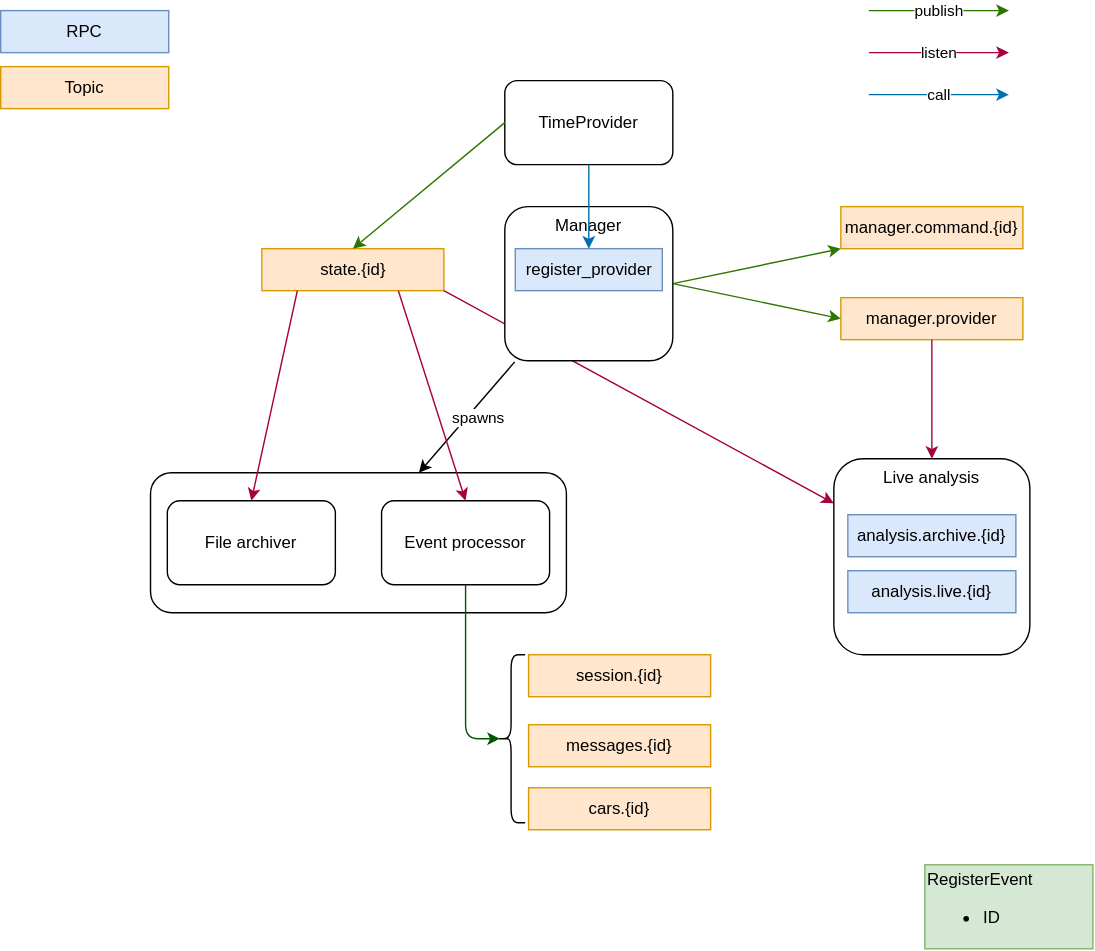
The draw.io diagram doc/flow.drawio.svg in mpapenbr/iracelog-service-legacy, before a commit. Source tidied: cells renumbered, new cells last; positions are measured from the earlier drawing's top-left corner, leaving out a move shared by most shapes.
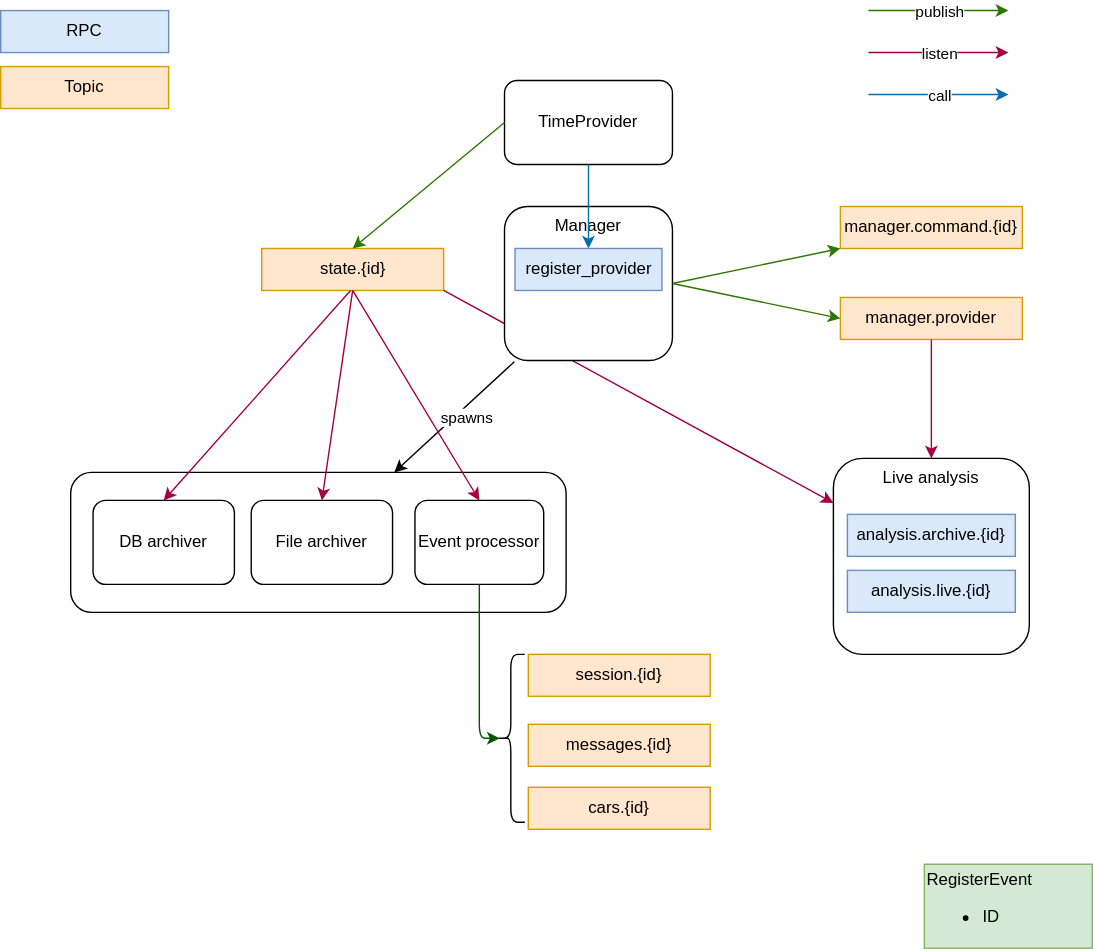
After the commit.

Change to the diagram source:
```diff
@@ -2,6 +2,21 @@
   <root>
     <mxCell id="0" />
     <mxCell id="1" parent="0" />
+    <mxCell id="41" style="group;" parent="1" vertex="1">
+      <mxGeometry x="50" y="330" width="354" height="100" as="geometry" />
+    </mxCell>
+    <mxCell id="31" style="rounded=1;whiteSpace=wrap;html=1;" parent="41" vertex="1">
+      <mxGeometry width="354" height="100" as="geometry" />
+    </mxCell>
+    <mxCell id="32" value="File archiver" style="rounded=1;whiteSpace=wrap;html=1;" parent="41" vertex="1">
+      <mxGeometry x="129" y="20" width="101" height="60" as="geometry" />
+    </mxCell>
+    <mxCell id="33" value="Event processor" style="rounded=1;whiteSpace=wrap;html=1;" parent="41" vertex="1">
+      <mxGeometry x="246" y="20" width="92" height="60" as="geometry" />
+    </mxCell>
+    <mxCell id="42" value="DB archiver" style="rounded=1;whiteSpace=wrap;html=1;" parent="41" vertex="1">
+      <mxGeometry x="16" y="20" width="101" height="60" as="geometry" />
+    </mxCell>
     <mxCell id="2" value="TimeProvider" style="rounded=1;whiteSpace=wrap;html=1;" parent="1" vertex="1">
       <mxGeometry x="360" y="50" width="120" height="60" as="geometry" />
     </mxCell>
@@ -97,22 +112,10 @@
     <mxCell id="29" style="endArrow=classic;html=1;entryX=0.5;entryY=0;entryDx=0;entryDy=0;fillColor=#60a917;strokeColor=#2D7600;exitX=0;exitY=0.5;exitDx=0;exitDy=0;" parent="1" edge="1" source="2" target="6">
       <mxGeometry relative="1" as="geometry" />
     </mxCell>
-    <mxCell id="30" style="group;" parent="1" vertex="1">
-      <mxGeometry x="107" y="330" width="297" height="100" as="geometry" />
-    </mxCell>
-    <mxCell id="31" style="rounded=1;whiteSpace=wrap;html=1;" parent="30" vertex="1">
-      <mxGeometry width="297" height="100" as="geometry" />
-    </mxCell>
-    <mxCell id="32" value="File archiver" style="rounded=1;whiteSpace=wrap;html=1;" parent="30" vertex="1">
-      <mxGeometry x="12" y="20" width="120" height="60" as="geometry" />
-    </mxCell>
-    <mxCell id="33" value="Event processor" style="rounded=1;whiteSpace=wrap;html=1;" parent="30" vertex="1">
-      <mxGeometry x="165" y="20" width="120" height="60" as="geometry" />
-    </mxCell>
-    <mxCell id="34" style="endArrow=classic;html=1;entryX=0.5;entryY=0;entryDx=0;entryDy=0;exitX=0.75;exitY=1;exitDx=0;exitDy=0;fillColor=#d80073;strokeColor=#A50040;" parent="1" edge="1" source="6" target="33">
+    <mxCell id="34" style="endArrow=classic;html=1;entryX=0.5;entryY=0;entryDx=0;entryDy=0;exitX=0.5;exitY=1;exitDx=0;exitDy=0;fillColor=#d80073;strokeColor=#A50040;" parent="1" edge="1" source="6" target="33">
       <mxGeometry relative="1" as="geometry" />
     </mxCell>
-    <mxCell id="35" style="endArrow=classic;html=1;exitX=0.195;exitY=1.002;exitDx=0;exitDy=0;exitPerimeter=0;entryX=0.5;entryY=0;entryDx=0;entryDy=0;fillColor=#d80073;strokeColor=#A50040;" parent="1" edge="1" source="6" target="32">
+    <mxCell id="35" style="endArrow=classic;html=1;exitX=0.5;exitY=1;exitDx=0;exitDy=0;entryX=0.5;entryY=0;entryDx=0;entryDy=0;fillColor=#d80073;strokeColor=#A50040;" parent="1" edge="1" source="6" target="32">
       <mxGeometry relative="1" as="geometry" />
     </mxCell>
     <mxCell id="36" value="session.{id}" style="rounded=0;whiteSpace=wrap;html=1;fillColor=#ffe6cc;strokeColor=#d79b00;" parent="1" vertex="1">
@@ -134,5 +137,10 @@
         </Array>
       </mxGeometry>
     </mxCell>
+    <mxCell id="43" style="endArrow=classic;html=1;entryX=0.5;entryY=0;entryDx=0;entryDy=0;fillColor=#d80073;strokeColor=#A50040;" parent="1" edge="1" target="42">
+      <mxGeometry relative="1" as="geometry">
+        <mxPoint x="250" y="200" as="sourcePoint" />
+      </mxGeometry>
+    </mxCell>
   </root>
 </mxGraphModel>
```
